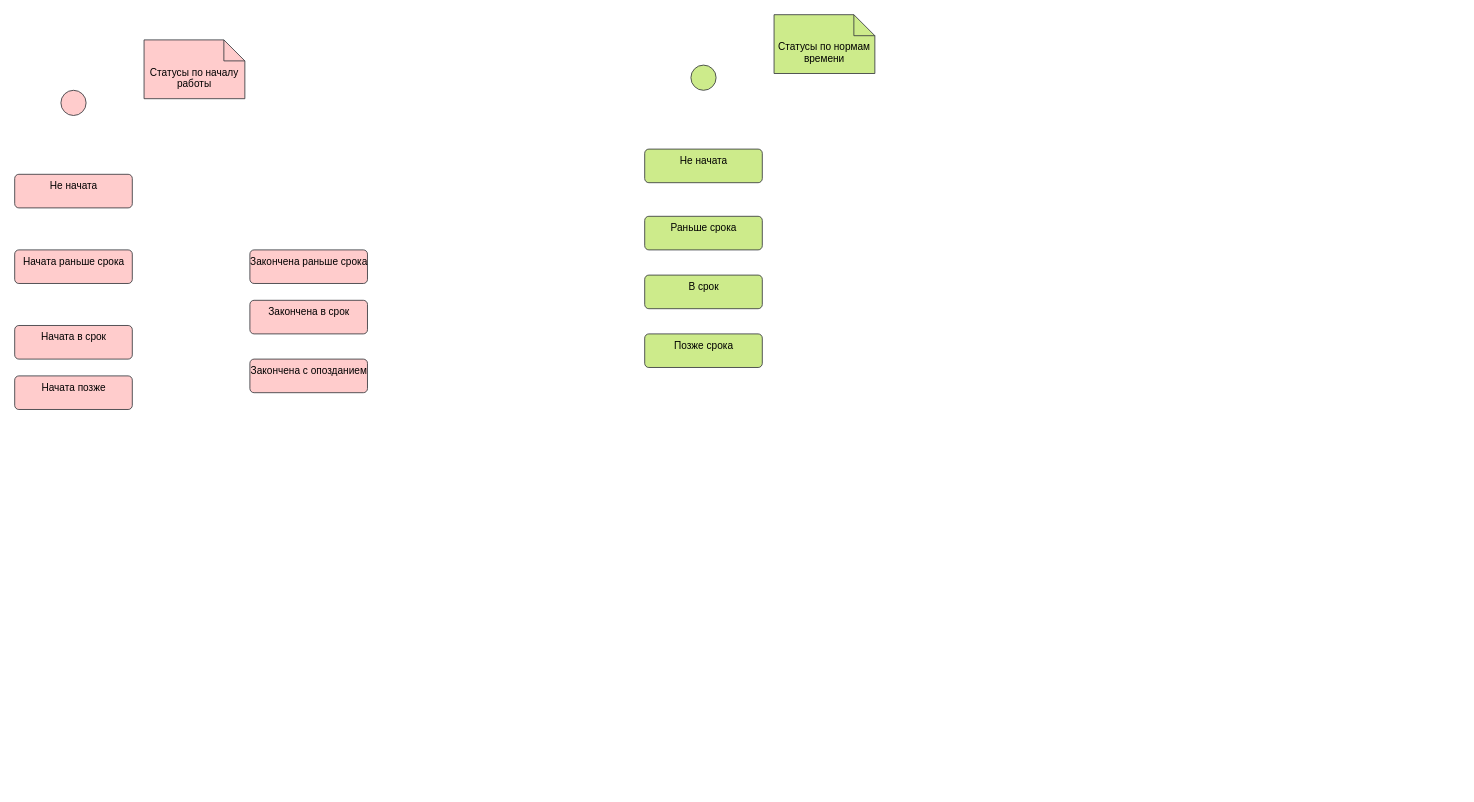
Earlier version of the draw.io diagram page "Статусы документа" (6 of 6) of Рабочее задание.drawio (tvolodi/abitech). Source tidied: cells renumbered, new cells numbered last; positions are measured from the earlier drawing's top-left corner, leaving out a move shared by most shapes. Both pictures are drawn from the tidied source at 84%, with x=0, y=0 at pixel (14, 14).
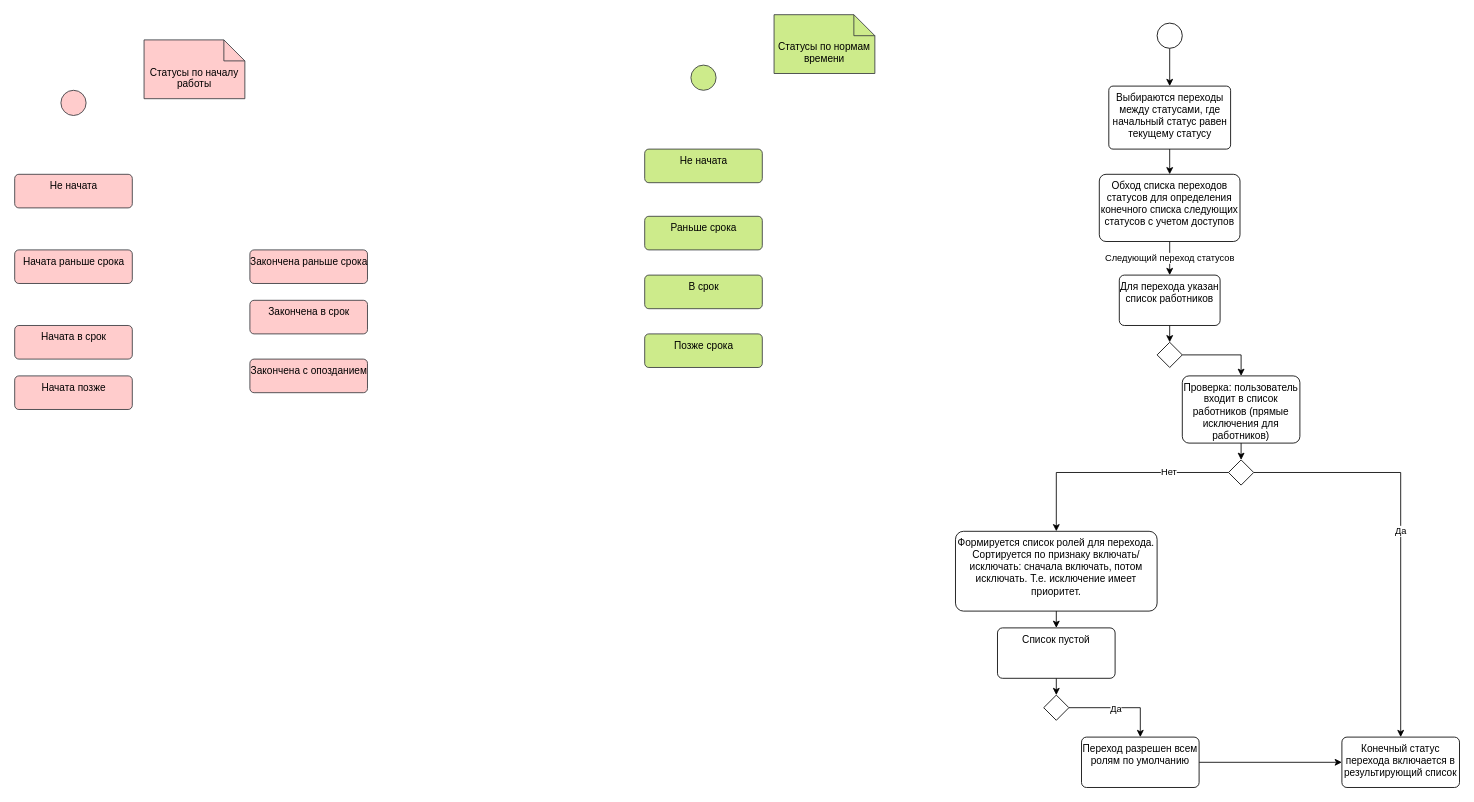
After the change.

What changed in the source:
```diff
@@
+    <mxCell id="17" style="edgeStyle=orthogonalEdgeStyle;rounded=0;jettySize=auto;html=1;exitX=0.5;exitY=1;exitDx=0;exitDy=0;entryX=0.5;entryY=0;entryDx=0;entryDy=0;" parent="1" edge="1" source="18" target="20">
+      <mxGeometry relative="1" as="geometry" />
+    </mxCell>
+    <mxCell id="18" style="ellipse;fillColor=#ffffff;strokeColor=#000000;" parent="1" vertex="1">
+      <mxGeometry x="1360" y="10" width="30" height="30" as="geometry" />
+    </mxCell>
+    <mxCell id="19" style="edgeStyle=orthogonalEdgeStyle;rounded=0;jettySize=auto;html=1;" parent="1" edge="1" source="20" target="22">
+      <mxGeometry relative="1" as="geometry" />
+    </mxCell>
+    <mxCell id="20" value="&lt;div&gt;Выбираются переходы между статусами, где начальный статус равен текущему статусу&lt;br&gt;&lt;/div&gt;&lt;div&gt;&lt;br&gt;&lt;/div&gt;" style="html=1;align=center;verticalAlign=top;rounded=1;absoluteArcSize=1;arcSize=10;dashed=0;whiteSpace=wrap;" parent="1" vertex="1">
+      <mxGeometry x="1302.5" y="85" width="145" height="75" as="geometry" />
+    </mxCell>
+    <mxCell id="21" value="Следующий переход статусов" style="edgeStyle=orthogonalEdgeStyle;rounded=0;jettySize=auto;html=1;" parent="1" edge="1" source="22" target="24">
+      <mxGeometry relative="1" as="geometry" />
+    </mxCell>
+    <mxCell id="22" value="Обход списка переходов статусов для определения конечного списка следующих статусов с учетом доступов" style="whiteSpace=wrap;html=1;verticalAlign=top;rounded=1;arcSize=10;dashed=0;" parent="1" vertex="1">
+      <mxGeometry x="1291.2" y="190" width="167.5" height="80" as="geometry" />
+    </mxCell>
+    <mxCell id="23" style="edgeStyle=orthogonalEdgeStyle;rounded=0;jettySize=auto;html=1;exitX=0.5;exitY=1;exitDx=0;exitDy=0;entryX=0.5;entryY=0;entryDx=0;entryDy=0;" parent="1" edge="1" source="24" target="26">
+      <mxGeometry relative="1" as="geometry" />
+    </mxCell>
+    <mxCell id="24" value="Для перехода указан список работников" style="whiteSpace=wrap;html=1;verticalAlign=top;rounded=1;arcSize=10;dashed=0;" parent="1" vertex="1">
+      <mxGeometry x="1315" y="310" width="120" height="60" as="geometry" />
+    </mxCell>
+    <mxCell id="25" style="edgeStyle=orthogonalEdgeStyle;rounded=0;jettySize=auto;html=1;exitX=1;exitY=0.5;exitDx=0;exitDy=0;entryX=0.5;entryY=0;entryDx=0;entryDy=0;" parent="1" edge="1" source="26" target="28">
+      <mxGeometry relative="1" as="geometry" />
+    </mxCell>
+    <mxCell id="26" style="rhombus;" parent="1" vertex="1">
+      <mxGeometry x="1360" y="390" width="30" height="30" as="geometry" />
+    </mxCell>
+    <mxCell id="27" style="edgeStyle=orthogonalEdgeStyle;rounded=0;jettySize=auto;html=1;exitX=0.5;exitY=1;exitDx=0;exitDy=0;entryX=0.5;entryY=0;entryDx=0;entryDy=0;" parent="1" edge="1" source="28" target="32">
+      <mxGeometry relative="1" as="geometry" />
+    </mxCell>
+    <mxCell id="28" value="Проверка: пользователь входит в список работников (прямые исключения для работников)" style="whiteSpace=wrap;html=1;verticalAlign=top;rounded=1;arcSize=10;dashed=0;" parent="1" vertex="1">
+      <mxGeometry x="1390" y="430" width="140" height="80" as="geometry" />
+    </mxCell>
+    <mxCell id="29" value="Да" style="edgeStyle=orthogonalEdgeStyle;rounded=0;jettySize=auto;html=1;exitX=1;exitY=0.5;exitDx=0;exitDy=0;entryX=0.5;entryY=0;entryDx=0;entryDy=0;" parent="1" edge="1" source="32" target="33">
+      <mxGeometry relative="1" as="geometry" />
+    </mxCell>
+    <mxCell id="30" style="edgeStyle=orthogonalEdgeStyle;rounded=0;jettySize=auto;html=1;exitX=0;exitY=0.5;exitDx=0;exitDy=0;" parent="1" edge="1" source="32" target="35">
+      <mxGeometry relative="1" as="geometry" />
+    </mxCell>
+    <mxCell id="31" value="Нет" style="edgeLabel;html=1;align=center;verticalAlign=middle;" parent="30" vertex="1">
+      <mxGeometry x="-0.48" y="-2" relative="1" as="geometry">
+        <mxPoint y="1" as="offset" />
+      </mxGeometry>
+    </mxCell>
+    <mxCell id="32" style="rhombus;" parent="1" vertex="1">
+      <mxGeometry x="1445" y="530" width="30" height="30" as="geometry" />
+    </mxCell>
+    <mxCell id="33" value="Конечный статус перехода включается в результирующий список" style="whiteSpace=wrap;html=1;verticalAlign=top;rounded=1;arcSize=10;dashed=0;" parent="1" vertex="1">
+      <mxGeometry x="1580" y="860" width="140" height="60" as="geometry" />
+    </mxCell>
+    <mxCell id="34" style="edgeStyle=orthogonalEdgeStyle;rounded=0;jettySize=auto;html=1;exitX=0.5;exitY=1;exitDx=0;exitDy=0;entryX=0.5;entryY=0;entryDx=0;entryDy=0;" parent="1" edge="1" source="35" target="37">
+      <mxGeometry relative="1" as="geometry" />
+    </mxCell>
+    <mxCell id="35" value="Формируется список ролей для перехода. Сортируется по признаку включать/исключать: сначала включать, потом исключать. Т.е. исключение имеет приоритет." style="whiteSpace=wrap;html=1;verticalAlign=top;rounded=1;arcSize=10;dashed=0;" parent="1" vertex="1">
+      <mxGeometry x="1120" y="615" width="240" height="95" as="geometry" />
+    </mxCell>
+    <mxCell id="36" style="edgeStyle=orthogonalEdgeStyle;rounded=0;jettySize=auto;html=1;exitX=0.5;exitY=1;exitDx=0;exitDy=0;entryX=0.5;entryY=0;entryDx=0;entryDy=0;" parent="1" edge="1" source="37" target="40">
+      <mxGeometry relative="1" as="geometry" />
+    </mxCell>
+    <mxCell id="37" value="&lt;div&gt;Список пустой&lt;/div&gt;" style="whiteSpace=wrap;html=1;verticalAlign=top;rounded=1;arcSize=10;dashed=0;" parent="1" vertex="1">
+      <mxGeometry x="1170" y="730" width="140" height="60" as="geometry" />
+    </mxCell>
+    <mxCell id="38" style="edgeStyle=orthogonalEdgeStyle;rounded=0;jettySize=auto;html=1;exitX=1;exitY=0.5;exitDx=0;exitDy=0;entryX=0.5;entryY=0;entryDx=0;entryDy=0;" parent="1" edge="1" source="40" target="42">
+      <mxGeometry relative="1" as="geometry" />
+    </mxCell>
+    <mxCell id="39" value="Да" style="edgeLabel;html=1;align=center;verticalAlign=middle;" parent="38" vertex="1">
+      <mxGeometry x="-0.09" y="-1" relative="1" as="geometry" />
+    </mxCell>
+    <mxCell id="40" style="rhombus;" parent="1" vertex="1">
+      <mxGeometry x="1225" y="810" width="30" height="30" as="geometry" />
+    </mxCell>
+    <mxCell id="41" style="edgeStyle=orthogonalEdgeStyle;rounded=0;jettySize=auto;html=1;exitX=1;exitY=0.5;exitDx=0;exitDy=0;entryX=0;entryY=0.5;entryDx=0;entryDy=0;" parent="1" edge="1" source="42" target="33">
+      <mxGeometry relative="1" as="geometry" />
+    </mxCell>
+    <mxCell id="42" value="Переход разрешен всем ролям по умолчанию" style="whiteSpace=wrap;html=1;verticalAlign=top;rounded=1;arcSize=10;dashed=0;" parent="1" vertex="1">
+      <mxGeometry x="1270" y="860" width="140" height="60" as="geometry" />
+    </mxCell>
```
